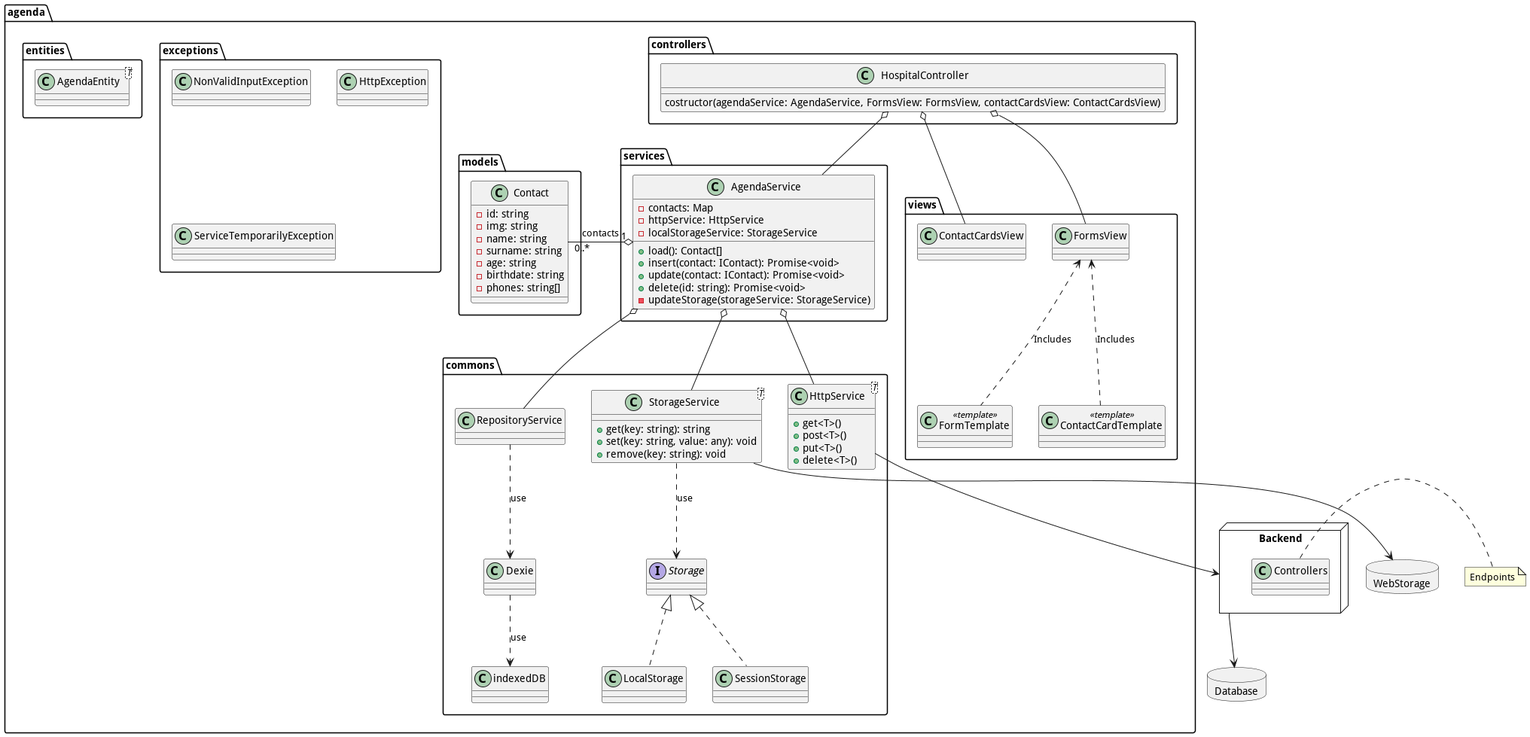
This is docs/uml/Agenda.png from raulwwq0/Agenda-TypeScript, a PlantUML export, as it was before one commit. Source of this version:
```plantuml
@startuml Agenda

package Database <<Database>> {

}
node Backend {
    class Controllers{}
}
note right: Endpoints

Backend --> Database

package agenda {


    package commons {

        class HttpService<T>{
            + get<T>()
            + post<T>()
            + put<T>()
            + delete<T>()
        }

        class StorageService<T> {
            + get(key: string): string
            + set(key: string, value: any): void
            + remove(key: string): void
        }

        class RepositoryService {}

        interface Storage {}

        class LocalStorage implements Storage {}
        class SessionStorage implements Storage {}

        StorageService -[dashed]-> Storage: "use"
        RepositoryService -[dashed]-> Dexie: "use"
        Dexie -[dashed]-> indexedDB: "use"

    }

    package services {
        class AgendaService {

            - contacts: Map
            - httpService: HttpService
            - localStorageService: StorageService
            + load(): Contact[]
            + insert(contact: IContact): Promise<void>
            + update(contact: IContact): Promise<void>
            + delete(id: string): Promise<void>
            - updateStorage(storageService: StorageService)
        }

        AgendaService o-- HttpService
        AgendaService o-- StorageService
        AgendaService o-- RepositoryService
    }


    package views {
        class ContactCardsView{}
        class FormsView{}
        class FormTemplate<<template>> {}
        class ContactCardTemplate<<template>> {}

        FormsView <.. FormTemplate: "Includes"
        FormsView <.. ContactCardTemplate: "Includes"
    }
    package controllers {
        class HospitalController {
            costructor(agendaService: AgendaService, FormsView: FormsView, contactCardsView: ContactCardsView)

        }

        HospitalController o-- AgendaService
        HospitalController o-- FormsView
        HospitalController o-- ContactCardsView
    }
    package models {


        class Contact {
            - id: string
            - img: string
            - name: string
            - surname: string
            - age: string
            - birthdate: string
            - phones: string[]
        }


        AgendaService "1" o- "0..*" Contact : contacts
    }
    package exceptions {
        class NonValidInputException{}
        class HttpException{}
        class ServiceTemporarilyException{}
    }

    package entities {
        class AgendaEntity<T>{}
    }

}

package WebStorage <<Database>> {

}

StorageService --> WebStorage
HttpService --> Backend
@enduml
```
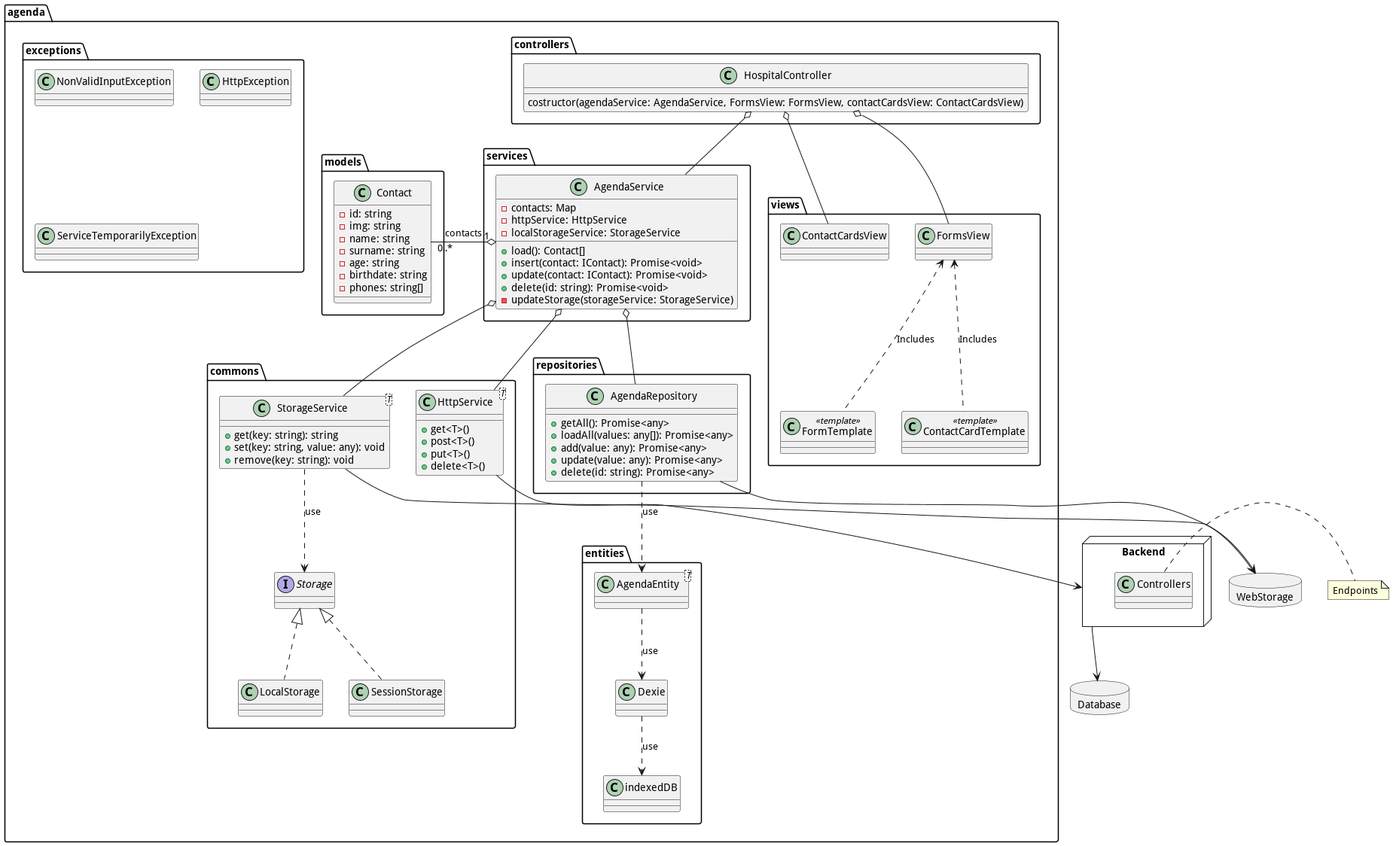
After the commit.

What changed in the source:
```diff
@@ -28,16 +28,12 @@
             + remove(key: string): void
         }
 
-        class RepositoryService {}
-
         interface Storage {}
 
         class LocalStorage implements Storage {}
         class SessionStorage implements Storage {}
 
         StorageService -[dashed]-> Storage: "use"
-        RepositoryService -[dashed]-> Dexie: "use"
-        Dexie -[dashed]-> indexedDB: "use"
 
     }
 
@@ -56,7 +52,6 @@
 
         AgendaService o-- HttpService
         AgendaService o-- StorageService
-        AgendaService o-- RepositoryService
     }
 
 
@@ -103,6 +98,22 @@
 
     package entities {
         class AgendaEntity<T>{}
+
+        AgendaEntity -[dashed]-> Dexie: "use"
+        Dexie -[dashed]-> indexedDB: "use"
+    }
+
+    package repositories {
+        class AgendaRepository{
+            + getAll(): Promise<any>
+            + loadAll(values: any[]): Promise<any>
+            + add(value: any): Promise<any>
+            + update(value: any): Promise<any>
+            + delete(id: string): Promise<any>
+        }
+
+        AgendaRepository -[dashed]-> AgendaEntity: "use"
+        AgendaService o-- AgendaRepository
     }
 
 }
@@ -111,6 +122,7 @@
 
 }
 
+AgendaRepository --> WebStorage
 StorageService --> WebStorage
 HttpService --> Backend
 @enduml
```
